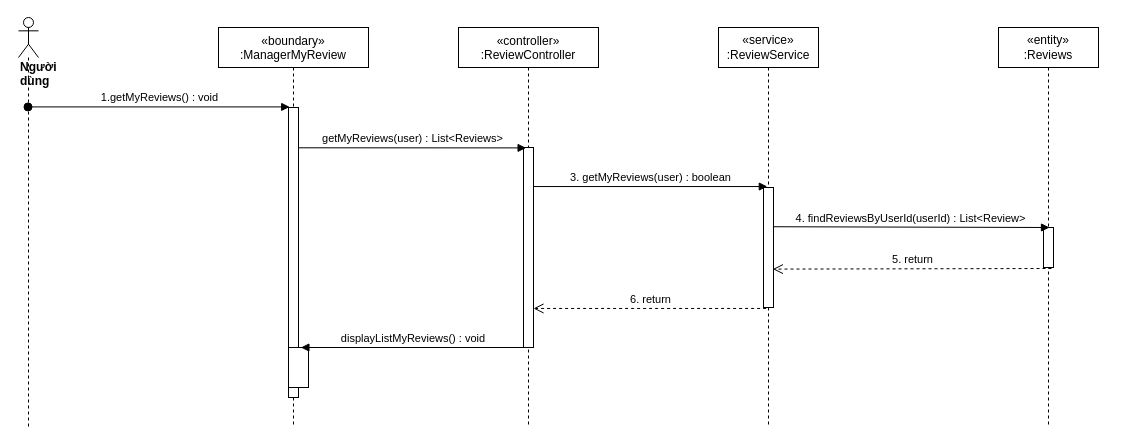
Earlier version of the draw.io diagram sequence diagram/getMyReview-sequence.drawio (nguyenphamvan/datn_20202). Source tidied: cells renumbered, new cells numbered last; positions are measured from the earlier drawing's top-left corner, leaving out a move shared by most shapes. Both pictures are drawn from the tidied source at 100%, with x=0, y=0 at pixel (18, 17).
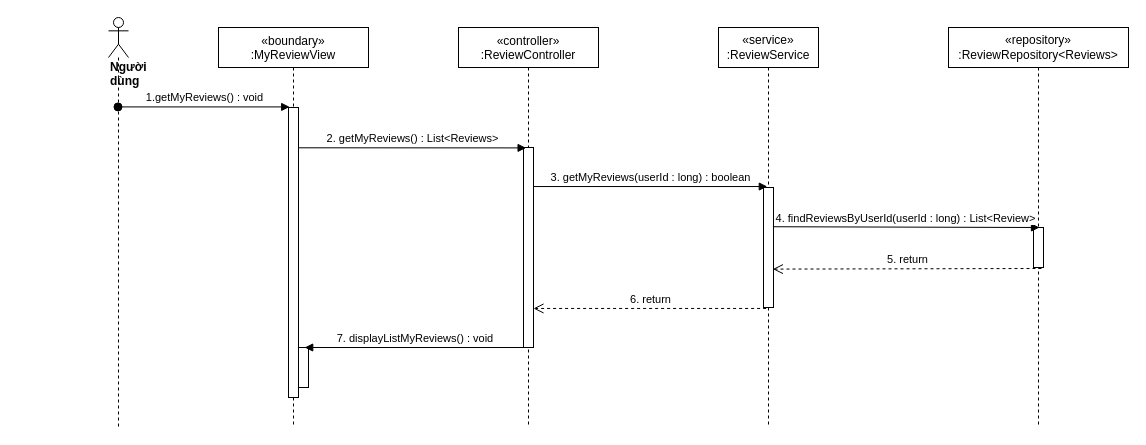
The same diagram, later.

What changed in the source:
```diff
@@
 <mxGraphModel>
   <root>
     <mxCell id="0" />
     <mxCell id="1" parent="0" />
-    <mxCell id="2" value="«boundary»&#10;:ManagerMyReview" style="shape=umlLifeline;perimeter=lifelinePerimeter;rounded=0;shadow=0;strokeWidth=1;" parent="1" vertex="1">
+    <mxCell id="2" value="«boundary»&#10;:MyReviewView" style="shape=umlLifeline;perimeter=lifelinePerimeter;rounded=0;shadow=0;strokeWidth=1;" parent="1" vertex="1">
       <mxGeometry x="200" y="10" width="150" height="400" as="geometry" />
     </mxCell>
     <mxCell id="3" style="html=1;points=[];perimeter=orthogonalPerimeter;" parent="2" vertex="1">
       <mxGeometry x="70" y="80" width="10" height="290" as="geometry" />
     </mxCell>
     <mxCell id="4" style="html=1;points=[];perimeter=orthogonalPerimeter;" parent="2" vertex="1">
-      <mxGeometry x="70" y="320" width="20" height="40" as="geometry" />
+      <mxGeometry x="80" y="320" width="10" height="40" as="geometry" />
     </mxCell>
     <mxCell id="5" value="«controller»&#10;:ReviewController" style="shape=umlLifeline;perimeter=lifelinePerimeter;rounded=0;shadow=0;strokeWidth=1;size=40;" parent="1" vertex="1">
       <mxGeometry x="440" y="10" width="140" height="400" as="geometry" />
     </mxCell>
     <mxCell id="6" style="points=[];perimeter=orthogonalPerimeter;rounded=0;shadow=0;strokeWidth=1;" parent="5" vertex="1">
       <mxGeometry x="65" y="120" width="10" height="200" as="geometry" />
     </mxCell>
     <mxCell id="7" value="&lt;div&gt;&lt;b&gt;Người dùng&lt;/b&gt;&lt;/div&gt;" style="shape=umlLifeline;participant=umlActor;perimeter=lifelinePerimeter;whiteSpace=wrap;html=1;verticalAlign=top;spacingTop=36;outlineConnect=0;align=left;" parent="1" vertex="1">
-      <mxGeometry width="20" height="410" as="geometry" />
+      <mxGeometry x="90" width="20" height="410" as="geometry" />
     </mxCell>
     <mxCell id="8" value="&lt;span&gt;«service»&lt;br&gt;&lt;/span&gt;:ReviewService" style="shape=umlLifeline;perimeter=lifelinePerimeter;whiteSpace=wrap;html=1;" parent="1" vertex="1">
       <mxGeometry x="700" y="10" width="100" height="400" as="geometry" />
     </mxCell>
     <mxCell id="9" style="points=[];perimeter=orthogonalPerimeter;rounded=0;shadow=0;strokeWidth=1;" parent="8" vertex="1">
       <mxGeometry x="45" y="160" width="10" height="120" as="geometry" />
     </mxCell>
     <mxCell id="10" value="1.getMyReviews() : void" style="html=1;verticalAlign=bottom;startArrow=oval;startFill=1;endArrow=block;startSize=8;entryX=0.12;entryY=-0.002;entryDx=0;entryDy=0;entryPerimeter=0;" parent="1" edge="1" source="7" target="3">
       <mxGeometry relative="1" as="geometry" />
     </mxCell>
-    <mxCell id="11" value="&lt;span&gt;«entity»&lt;br&gt;&lt;/span&gt;:Reviews" style="shape=umlLifeline;perimeter=lifelinePerimeter;whiteSpace=wrap;html=1;" parent="1" vertex="1">
-      <mxGeometry x="980" y="10" width="100" height="400" as="geometry" />
+    <mxCell id="11" value="&lt;span&gt;«repository»&lt;br&gt;&lt;/span&gt;:ReviewRepository&amp;lt;Reviews&amp;gt;" style="shape=umlLifeline;perimeter=lifelinePerimeter;whiteSpace=wrap;html=1;" parent="1" vertex="1">
+      <mxGeometry x="930" y="10" width="180" height="400" as="geometry" />
     </mxCell>
     <mxCell id="12" style="points=[];perimeter=orthogonalPerimeter;rounded=0;shadow=0;strokeWidth=1;" parent="11" vertex="1">
-      <mxGeometry x="45" y="200" width="10" height="40" as="geometry" />
+      <mxGeometry x="85" y="200" width="10" height="40" as="geometry" />
     </mxCell>
-    <mxCell id="13" value="3. getMyReviews(user) : boolean" style="html=1;verticalAlign=bottom;endArrow=block;entryX=0.38;entryY=-0.008;entryDx=0;entryDy=0;entryPerimeter=0;" parent="1" edge="1" source="6" target="9">
+    <mxCell id="13" value="3. getMyReviews(userId : long) : boolean" style="html=1;verticalAlign=bottom;endArrow=block;entryX=0.38;entryY=-0.008;entryDx=0;entryDy=0;entryPerimeter=0;" parent="1" edge="1" source="6" target="9">
       <mxGeometry relative="1" as="geometry" />
     </mxCell>
     <mxCell id="14" value="6. return" style="html=1;verticalAlign=bottom;endArrow=open;dashed=1;endSize=8;exitX=0.26;exitY=1.008;exitDx=0;exitDy=0;exitPerimeter=0;" parent="1" edge="1" source="9" target="6">
       <mxGeometry relative="1" as="geometry" />
     </mxCell>
-    <mxCell id="15" value="4. findReviewsByUserId(userId) : List&amp;lt;Review&amp;gt;" style="html=1;verticalAlign=bottom;endArrow=block;entryX=0.6;entryY=0;entryDx=0;entryDy=0;entryPerimeter=0;exitX=0.94;exitY=0.327;exitDx=0;exitDy=0;exitPerimeter=0;" parent="1" edge="1" source="9" target="12">
+    <mxCell id="15" value="4. findReviewsByUserId(userId : long) : List&amp;lt;Review&amp;gt;" style="html=1;verticalAlign=bottom;endArrow=block;entryX=0.6;entryY=0;entryDx=0;entryDy=0;entryPerimeter=0;exitX=0.94;exitY=0.327;exitDx=0;exitDy=0;exitPerimeter=0;" parent="1" edge="1" source="9" target="12">
       <mxGeometry relative="1" as="geometry" />
     </mxCell>
     <mxCell id="16" value="5. return" style="html=1;verticalAlign=bottom;endArrow=open;dashed=1;endSize=8;exitX=0.8;exitY=1.025;exitDx=0;exitDy=0;exitPerimeter=0;entryX=0.94;entryY=0.68;entryDx=0;entryDy=0;entryPerimeter=0;" parent="1" edge="1" source="12" target="9">
       <mxGeometry relative="1" as="geometry" />
     </mxCell>
-    <mxCell id="17" value="getMyReviews(user) : List&amp;lt;Reviews&amp;gt;" style="html=1;verticalAlign=bottom;endArrow=block;entryX=0.26;entryY=0.002;entryDx=0;entryDy=0;entryPerimeter=0;exitX=1;exitY=0.139;exitDx=0;exitDy=0;exitPerimeter=0;" parent="1" edge="1" source="3" target="6">
+    <mxCell id="17" value="2. getMyReviews() : List&amp;lt;Reviews&amp;gt;" style="html=1;verticalAlign=bottom;endArrow=block;entryX=0.26;entryY=0.002;entryDx=0;entryDy=0;entryPerimeter=0;exitX=1;exitY=0.139;exitDx=0;exitDy=0;exitPerimeter=0;" parent="1" edge="1" source="3" target="6">
       <mxGeometry relative="1" as="geometry" />
     </mxCell>
-    <mxCell id="18" value="displayListMyReviews() : void" style="verticalAlign=bottom;endArrow=block;shadow=0;strokeWidth=1;exitX=0.3;exitY=1;exitDx=0;exitDy=0;exitPerimeter=0;entryX=0.62;entryY=0;entryDx=0;entryDy=0;entryPerimeter=0;" parent="1" edge="1" source="6" target="4">
+    <mxCell id="18" value="7. displayListMyReviews() : void" style="verticalAlign=bottom;endArrow=block;shadow=0;strokeWidth=1;exitX=0.3;exitY=1;exitDx=0;exitDy=0;exitPerimeter=0;entryX=0.62;entryY=0;entryDx=0;entryDy=0;entryPerimeter=0;" parent="1" edge="1" source="6" target="4">
       <mxGeometry relative="1" as="geometry" />
     </mxCell>
   </root>
 </mxGraphModel>
```
